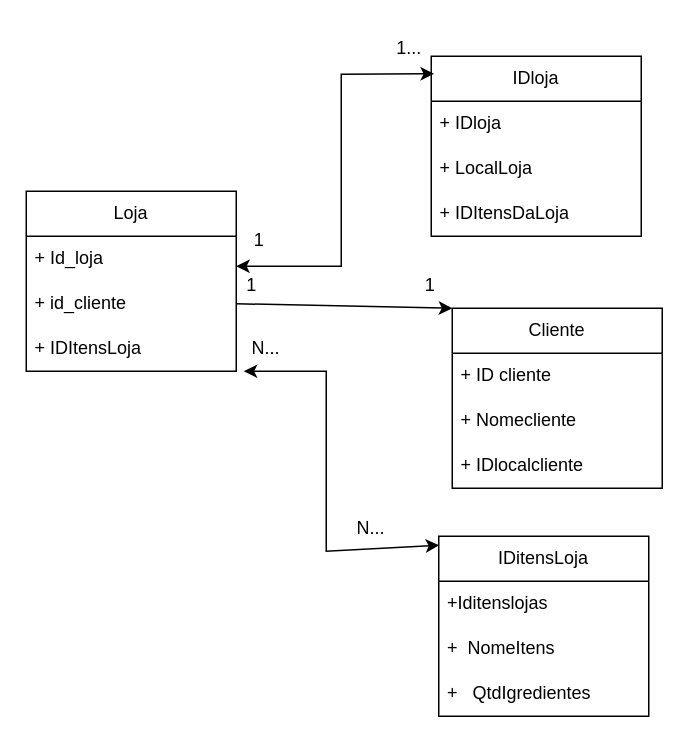
This is Diagrama sem nome.drawio from yNume/Draw.io2, a draw.io file, before an edit. Source tidied: cells renumbered, new cells numbered last; positions are measured from the earlier drawing's top-left corner, leaving out a move shared by most shapes. Both pictures are drawn from the tidied source at 150%, with x=0, y=0 at pixel (26, 26).
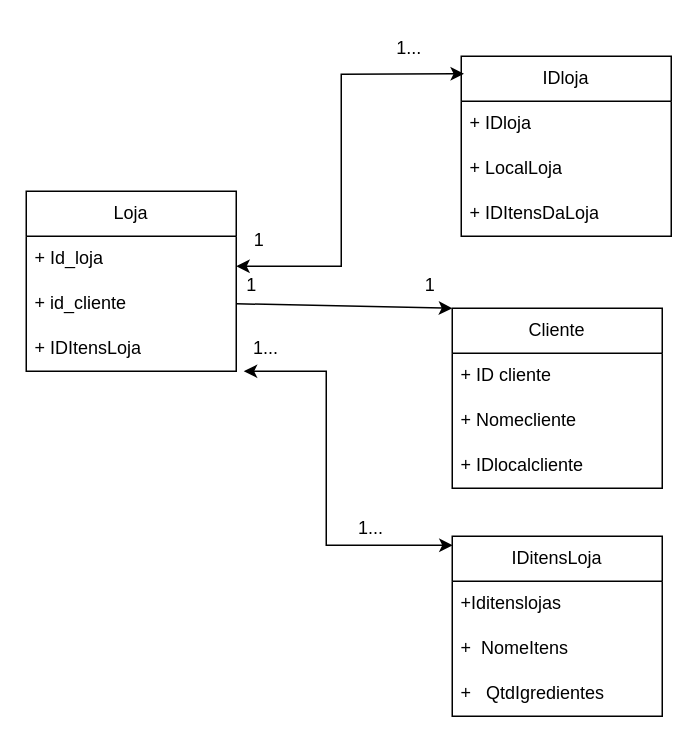
The same diagram, later.

Change to the diagram source:
```diff
@@
     <mxCell id="10" value="IDitensLoja" style="swimlane;fontStyle=0;horizontal=1;startSize=30;whiteSpace=wrap;html=1;" parent="1" vertex="1">
-      <mxGeometry x="275" y="340" width="140" height="120" as="geometry" />
+      <mxGeometry x="284" y="340" width="140" height="120" as="geometry" />
     </mxCell>
@@
     <mxCell id="14" value="IDloja" style="swimlane;fontStyle=0;horizontal=1;startSize=30;whiteSpace=wrap;html=1;" parent="1" vertex="1">
-      <mxGeometry x="270" y="20" width="140" height="120" as="geometry" />
+      <mxGeometry x="290" y="20" width="140" height="120" as="geometry" />
     </mxCell>
@@
     <mxCell id="18" style="endArrow=classic;startArrow=classic;html=1;rounded=0;entryX=0.002;entryY=0.05;entryDx=0;entryDy=0;entryPerimeter=0;exitX=0.25;exitY=1;exitDx=0;exitDy=0;" parent="1" edge="1" source="19" target="10">
       <mxGeometry relative="1" as="geometry">
         <Array as="points">
           <mxPoint x="200" y="230" />
-          <mxPoint x="200" y="350" />
+          <mxPoint x="200" y="346" />
         </Array>
       </mxGeometry>
     </mxCell>
-    <mxCell id="19" value="N..." style="text;html=1;align=center;verticalAlign=middle;whiteSpace=wrap;rounded=0;" parent="1" vertex="1">
+    <mxCell id="19" value="1..." style="text;html=1;align=center;verticalAlign=middle;whiteSpace=wrap;rounded=0;" parent="1" vertex="1">
       <mxGeometry x="130" y="200" width="60" height="30" as="geometry" />
     </mxCell>
-    <mxCell id="20" value="N..." style="text;html=1;align=center;verticalAlign=middle;whiteSpace=wrap;rounded=0;" parent="1" vertex="1">
+    <mxCell id="20" value="1..." style="text;html=1;align=center;verticalAlign=middle;whiteSpace=wrap;rounded=0;" parent="1" vertex="1">
       <mxGeometry x="200" y="320" width="60" height="30" as="geometry" />
     </mxCell>
```
